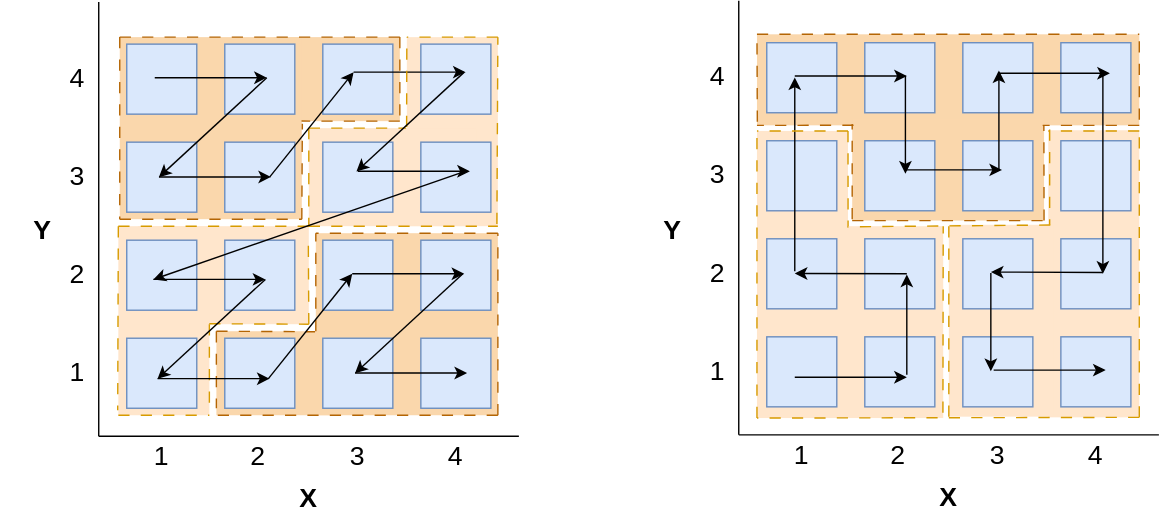
Before: assets/posts/spatial-index/3-partition-curves.svg, a diagram exported from draw.io (addu390/addu390.github.io). Source tidied: cells renumbered, new cells last; positions are measured from the earlier drawing's top-left corner, leaving out a move shared by most shapes.
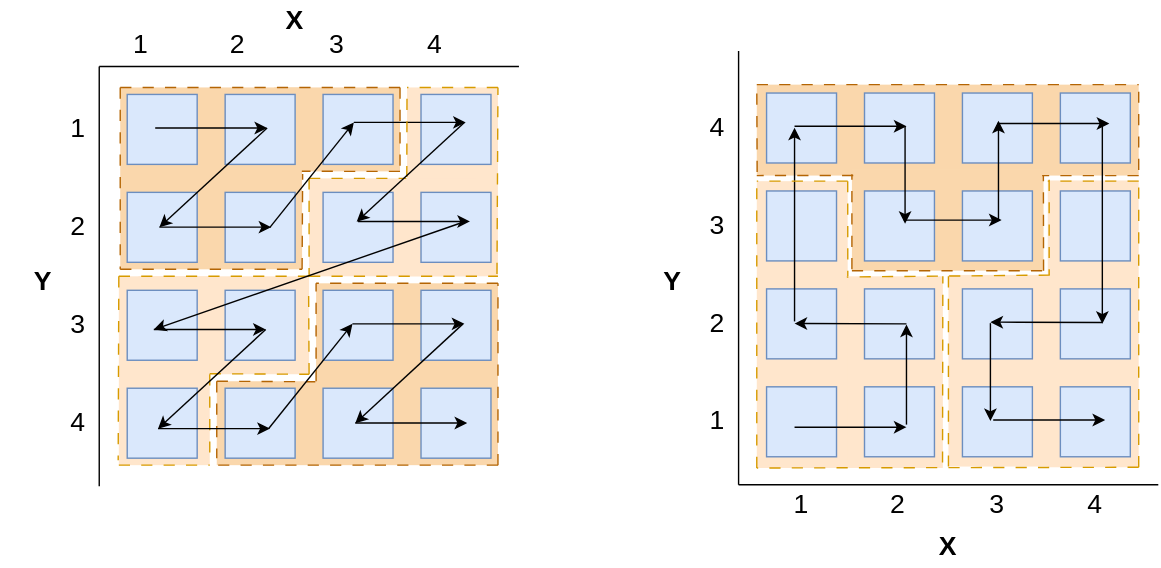
After the change.

Change to the diagram source:
```diff
@@ -95,41 +95,35 @@
     <mxCell id="32" style="endArrow=none;html=1;rounded=0;endFill=0;" parent="1" edge="1">
       <mxGeometry relative="1" as="geometry">
         <mxPoint x="70" y="311" as="sourcePoint" />
-        <mxPoint x="70" y="1" as="targetPoint" />
+        <mxPoint x="70" y="11" as="targetPoint" />
       </mxGeometry>
     </mxCell>
-    <mxCell id="33" style="endArrow=none;html=1;rounded=0;endFill=0;" parent="1" edge="1">
-      <mxGeometry relative="1" as="geometry">
-        <mxPoint x="70" y="311" as="sourcePoint" />
-        <mxPoint x="370" y="311" as="targetPoint" />
-      </mxGeometry>
-    </mxCell>
     <mxCell id="34" value="&lt;font style=&quot;font-size: 19px;&quot;&gt;1&lt;/font&gt;" style="text;html=1;align=center;verticalAlign=middle;whiteSpace=wrap;rounded=0;" parent="1" vertex="1">
-      <mxGeometry x="85" y="311" width="60" height="30" as="geometry" />
+      <mxGeometry x="70" y="-19" width="60" height="30" as="geometry" />
     </mxCell>
     <mxCell id="35" value="&lt;font style=&quot;font-size: 19px;&quot;&gt;2&lt;/font&gt;" style="text;html=1;align=center;verticalAlign=middle;whiteSpace=wrap;rounded=0;" parent="1" vertex="1">
-      <mxGeometry x="154" y="311" width="60" height="30" as="geometry" />
+      <mxGeometry x="139" y="-19" width="60" height="30" as="geometry" />
     </mxCell>
     <mxCell id="36" value="&lt;font style=&quot;font-size: 19px;&quot;&gt;3&lt;/font&gt;" style="text;html=1;align=center;verticalAlign=middle;whiteSpace=wrap;rounded=0;" parent="1" vertex="1">
-      <mxGeometry x="225" y="311" width="60" height="30" as="geometry" />
+      <mxGeometry x="210" y="-19" width="60" height="30" as="geometry" />
     </mxCell>
     <mxCell id="37" value="&lt;font style=&quot;font-size: 19px;&quot;&gt;4&lt;/font&gt;" style="text;html=1;align=center;verticalAlign=middle;whiteSpace=wrap;rounded=0;" parent="1" vertex="1">
-      <mxGeometry x="295" y="311" width="60" height="30" as="geometry" />
+      <mxGeometry x="280" y="-19" width="60" height="30" as="geometry" />
     </mxCell>
-    <mxCell id="38" value="&lt;font style=&quot;font-size: 19px;&quot;&gt;1&lt;/font&gt;" style="text;html=1;align=center;verticalAlign=middle;whiteSpace=wrap;rounded=0;" parent="1" vertex="1">
+    <mxCell id="38" value="&lt;font style=&quot;font-size: 19px;&quot;&gt;4&lt;/font&gt;" style="text;html=1;align=center;verticalAlign=middle;whiteSpace=wrap;rounded=0;" parent="1" vertex="1">
       <mxGeometry x="25" y="251" width="60" height="30" as="geometry" />
     </mxCell>
-    <mxCell id="39" value="&lt;font style=&quot;font-size: 19px;&quot;&gt;2&lt;/font&gt;" style="text;html=1;align=center;verticalAlign=middle;whiteSpace=wrap;rounded=0;" parent="1" vertex="1">
+    <mxCell id="39" value="&lt;font style=&quot;font-size: 19px;&quot;&gt;3&lt;/font&gt;" style="text;html=1;align=center;verticalAlign=middle;whiteSpace=wrap;rounded=0;" parent="1" vertex="1">
       <mxGeometry x="25" y="181" width="60" height="30" as="geometry" />
     </mxCell>
-    <mxCell id="40" value="&lt;font style=&quot;font-size: 19px;&quot;&gt;3&lt;/font&gt;" style="text;html=1;align=center;verticalAlign=middle;whiteSpace=wrap;rounded=0;" parent="1" vertex="1">
+    <mxCell id="40" value="&lt;font style=&quot;font-size: 19px;&quot;&gt;2&lt;/font&gt;" style="text;html=1;align=center;verticalAlign=middle;whiteSpace=wrap;rounded=0;" parent="1" vertex="1">
       <mxGeometry x="25" y="111" width="60" height="30" as="geometry" />
     </mxCell>
-    <mxCell id="41" value="&lt;font style=&quot;font-size: 19px;&quot;&gt;4&lt;/font&gt;" style="text;html=1;align=center;verticalAlign=middle;whiteSpace=wrap;rounded=0;" parent="1" vertex="1">
+    <mxCell id="41" value="&lt;font style=&quot;font-size: 19px;&quot;&gt;1&lt;/font&gt;" style="text;html=1;align=center;verticalAlign=middle;whiteSpace=wrap;rounded=0;" parent="1" vertex="1">
       <mxGeometry x="25" y="41" width="60" height="30" as="geometry" />
     </mxCell>
     <mxCell id="42" value="&lt;font style=&quot;font-size: 19px;&quot;&gt;&lt;b&gt;X&lt;/b&gt;&lt;/font&gt;" style="text;html=1;align=center;verticalAlign=middle;whiteSpace=wrap;rounded=0;" parent="1" vertex="1">
-      <mxGeometry x="190" y="341" width="60" height="30" as="geometry" />
+      <mxGeometry x="180" y="-36" width="60" height="30" as="geometry" />
     </mxCell>
     <mxCell id="43" style="endArrow=classic;html=1;rounded=0;" parent="1" edge="1">
       <mxGeometry relative="1" as="geometry">
@@ -537,5 +531,11 @@
     <mxCell id="141" value="&lt;font style=&quot;font-size: 19px;&quot;&gt;&lt;b&gt;Y&lt;/b&gt;&lt;/font&gt;" style="text;html=1;align=center;verticalAlign=middle;whiteSpace=wrap;rounded=0;" parent="1" vertex="1">
       <mxGeometry y="150" width="60" height="30" as="geometry" />
     </mxCell>
+    <mxCell id="142" style="endArrow=none;html=1;rounded=0;endFill=0;" parent="1" edge="1">
+      <mxGeometry relative="1" as="geometry">
+        <mxPoint x="70" y="11" as="sourcePoint" />
+        <mxPoint x="370" y="11" as="targetPoint" />
+      </mxGeometry>
+    </mxCell>
   </root>
 </mxGraphModel>
```
